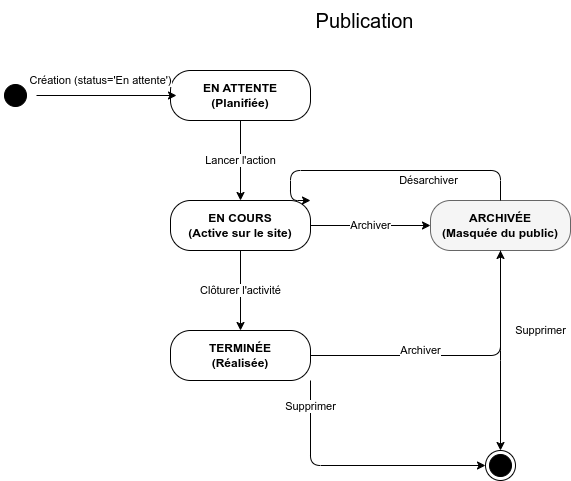
Above: docs/diagramme/diagramme_etat_actions.png in 7Bhil/Bussola (draw.io), before the change. Source tidied: cells renumbered, new cells last; positions are measured from the earlier drawing's top-left corner, leaving out a move shared by most shapes.
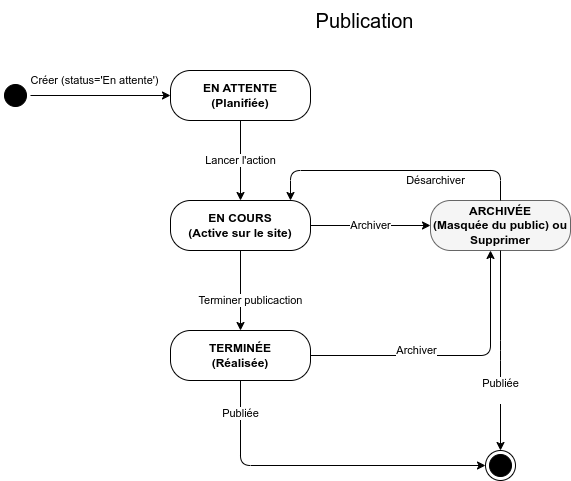
Above is the later version.

Commit message:
modif diagramme

The edit, as a diff of the source:
```diff
@@ -14,31 +14,34 @@
     <mxCell id="5" value="TERMINÉE&#10;(Réalisée)" style="rounded=1;whiteSpace=wrap;html=1;arcSize=40;fontStyle=1;" parent="1" vertex="1">
       <mxGeometry x="170" y="330" width="140" height="50" as="geometry" />
     </mxCell>
-    <mxCell id="6" value="ARCHIVÉE&#10;(Masquée du public)" style="rounded=1;whiteSpace=wrap;html=1;arcSize=40;fontStyle=1;fillColor=#f5f5f5;strokeColor=#666666;" parent="1" vertex="1">
+    <mxCell id="6" value="ARCHIVÉE&lt;br&gt;(Masquée du public) ou Supprimer" style="rounded=1;whiteSpace=wrap;html=1;arcSize=40;fontStyle=1;fillColor=#f5f5f5;strokeColor=#666666;" parent="1" vertex="1">
       <mxGeometry x="430" y="200" width="140" height="50" as="geometry" />
     </mxCell>
     <mxCell id="7" style="ellipse;html=1;shape=endState;fillColor=#000000;strokeColor=#000000;" parent="1" vertex="1">
       <mxGeometry x="485" y="450" width="30" height="30" as="geometry" />
     </mxCell>
-    <mxCell id="8" value="Création (status='En attente')" style="endArrow=classic;html=1;exitX=1;exitY=0.5;entryX=0;entryY=0.5;" parent="1" edge="1">
-      <mxGeometry x="-0.09" y="15" relative="1" as="geometry">
-        <mxPoint x="36" y="95" as="sourcePoint" />
-        <mxPoint x="176" y="95" as="targetPoint" />
-      </mxGeometry>
+    <mxCell id="8" value="Créer (status='En attente')" style="endArrow=classic;html=1;exitX=1;exitY=0.5;exitDx=0;exitDy=0;" parent="1" edge="1" source="2" target="3">
+      <mxGeometry x="-0.09" y="15" relative="1" as="geometry" />
     </mxCell>
     <mxCell id="9" value="Lancer l'action" style="endArrow=classic;html=1;exitX=0.5;exitY=1;entryX=0.5;entryY=0;" parent="1" edge="1" source="3" target="4">
       <mxGeometry relative="1" as="geometry" />
     </mxCell>
-    <mxCell id="10" value="Clôturer l'activité" style="endArrow=classic;html=1;exitX=0.5;exitY=1;entryX=0.5;entryY=0;" parent="1" edge="1" source="4" target="5">
-      <mxGeometry relative="1" as="geometry" />
+    <mxCell id="10" value="Terminer publicaction" style="endArrow=classic;html=1;exitX=0.5;exitY=1;entryX=0.5;entryY=0;" parent="1" edge="1" source="4" target="5">
+      <mxGeometry x="0.25" y="10" relative="1" as="geometry" />
     </mxCell>
     <mxCell id="11" value="Archiver" style="endArrow=classic;html=1;exitX=1;exitY=0.5;entryX=0;entryY=0.5;" parent="1" edge="1" source="4" target="6">
       <mxGeometry relative="1" as="geometry" />
     </mxCell>
-    <mxCell id="12" value="Archiver" style="endArrow=classic;html=1;exitX=1;exitY=0.5;entryX=0.5;entryY=1;edgeStyle=orthogonalEdgeStyle;" parent="1" edge="1" source="5" target="6">
-      <mxGeometry x="-0.25" y="5" relative="1" as="geometry" />
+    <mxCell id="12" value="Archiver" style="endArrow=classic;html=1;exitX=1;exitY=0.5;edgeStyle=orthogonalEdgeStyle;" parent="1" edge="1" source="5">
+      <mxGeometry x="-0.25" y="5" relative="1" as="geometry">
+        <mxPoint x="490" y="250" as="targetPoint" />
+        <Array as="points">
+          <mxPoint x="490" y="355" />
+          <mxPoint x="490" y="250" />
+        </Array>
+      </mxGeometry>
     </mxCell>
-    <mxCell id="13" value="Désarchiver" style="endArrow=classic;html=1;exitX=0.5;exitY=0;entryX=1;entryY=0;edgeStyle=orthogonalEdgeStyle;" parent="1" edge="1" source="6" target="4">
+    <mxCell id="13" value="Désarchiver" style="endArrow=classic;html=1;exitX=0.5;exitY=0;edgeStyle=orthogonalEdgeStyle;" parent="1" edge="1" source="6" target="4">
       <mxGeometry x="-0.3" y="10" relative="1" as="geometry">
         <Array as="points">
           <mxPoint x="500" y="170" />
@@ -46,11 +49,11 @@
         </Array>
       </mxGeometry>
     </mxCell>
-    <mxCell id="14" value="Supprimer" style="endArrow=classic;html=1;exitX=1;exitY=1;entryX=0;entryY=0.5;edgeStyle=orthogonalEdgeStyle;" parent="1" edge="1" source="5" target="7">
+    <mxCell id="14" value="Publiée" style="endArrow=classic;html=1;exitX=0.5;exitY=1;entryX=0;entryY=0.5;edgeStyle=orthogonalEdgeStyle;exitDx=0;exitDy=0;" parent="1" edge="1" source="5" target="7">
       <mxGeometry x="-0.8" relative="1" as="geometry" />
     </mxCell>
-    <mxCell id="15" value="Supprimer" style="endArrow=classic;html=1;exitX=0.5;exitY=1;entryX=0.5;entryY=0;" parent="1" edge="1" source="6" target="7">
-      <mxGeometry x="-0.2" y="40" relative="1" as="geometry">
+    <mxCell id="15" value="Publiée&lt;div&gt;&lt;br&gt;&lt;/div&gt;" style="endArrow=classic;html=1;exitX=0.5;exitY=1;entryX=0.5;entryY=0;" parent="1" edge="1" source="6" target="7">
+      <mxGeometry x="0.4" relative="1" as="geometry">
         <Array as="points">
           <mxPoint x="500" y="350" />
         </Array>
```
